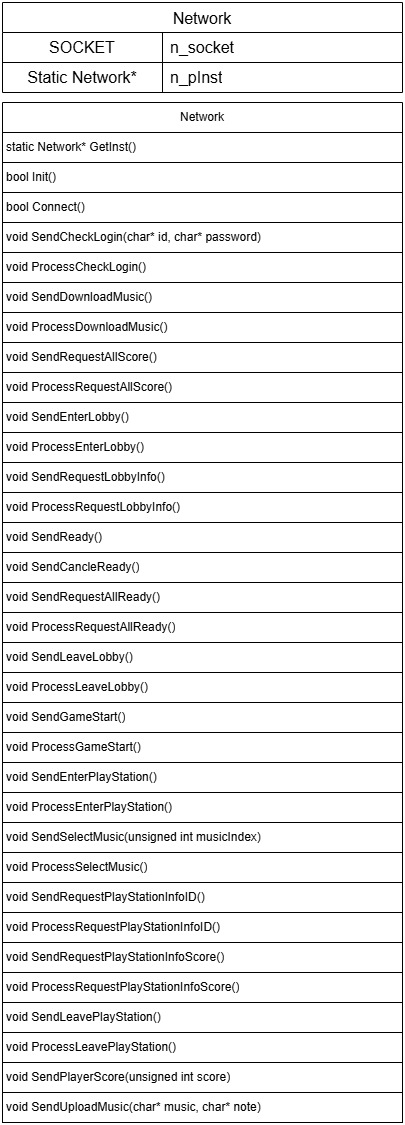
rmrgns/NetGameTeamProject keeps this draw.io diagram as drawio/Network.drawio.png. Above is the earlier version. Source tidied: cells renumbered, new cells last; positions are measured from the earlier drawing's top-left corner, leaving out a move shared by most shapes.
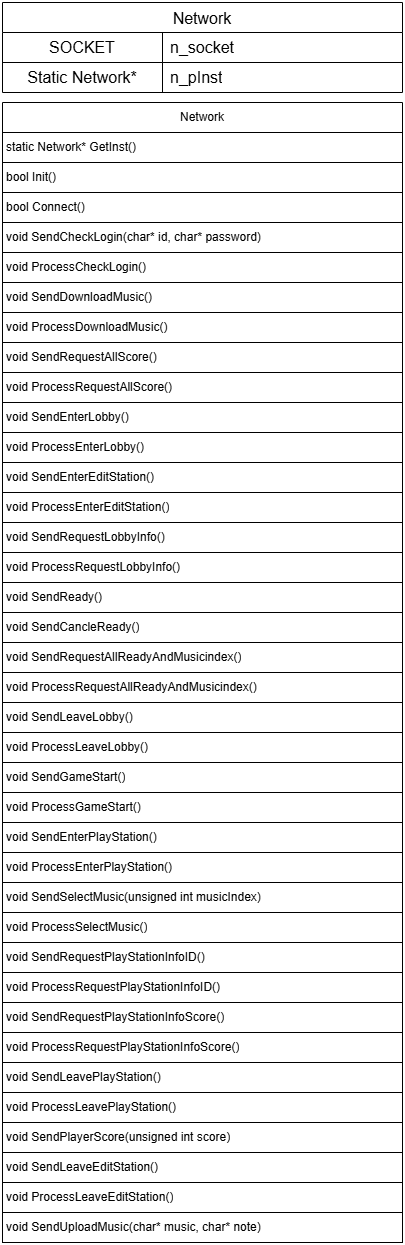
Later version of the same file.

Diff of the diagram source:
```diff
@@ -3,7 +3,7 @@
     <mxCell id="0" />
     <mxCell id="1" parent="0" />
     <mxCell id="2" value="Network" style="swimlane;fontStyle=0;horizontal=1;startSize=30;whiteSpace=wrap;html=1;" parent="1" vertex="1">
-      <mxGeometry y="100" width="400" height="1020" as="geometry" />
+      <mxGeometry y="100" width="400" height="1140" as="geometry" />
     </mxCell>
     <mxCell id="3" value="static Network* GetInst()" style="text;strokeColor=default;fillColor=none;align=left;verticalAlign=middle;spacingLeft=4;spacingRight=0;overflow=hidden;whiteSpace=wrap;html=1;spacing=0;" parent="2" vertex="1">
       <mxGeometry y="30" width="400" height="30" as="geometry" />
@@ -38,71 +38,83 @@
     <mxCell id="13" value="void ProcessEnterLobby()" style="text;strokeColor=default;fillColor=none;align=left;verticalAlign=middle;spacingLeft=4;spacingRight=0;overflow=hidden;whiteSpace=wrap;html=1;spacing=0;" parent="2" vertex="1">
       <mxGeometry y="330" width="400" height="30" as="geometry" />
     </mxCell>
+    <mxCell id="43" value="void SendEnterEditStation()" style="text;strokeColor=default;fillColor=none;align=left;verticalAlign=middle;spacingLeft=4;spacingRight=0;overflow=hidden;whiteSpace=wrap;html=1;spacing=0;" parent="2" vertex="1">
+      <mxGeometry y="360" width="400" height="30" as="geometry" />
+    </mxCell>
+    <mxCell id="44" value="void ProcessEnterEditStation()" style="text;strokeColor=default;fillColor=none;align=left;verticalAlign=middle;spacingLeft=4;spacingRight=0;overflow=hidden;whiteSpace=wrap;html=1;spacing=0;" parent="2" vertex="1">
+      <mxGeometry y="390" width="400" height="30" as="geometry" />
+    </mxCell>
     <mxCell id="14" value="void SendRequestLobbyInfo()" style="text;strokeColor=default;fillColor=none;align=left;verticalAlign=middle;spacingLeft=4;spacingRight=0;overflow=hidden;whiteSpace=wrap;html=1;spacing=0;" parent="2" vertex="1">
-      <mxGeometry y="360" width="400" height="30" as="geometry" />
+      <mxGeometry y="420" width="400" height="30" as="geometry" />
     </mxCell>
     <mxCell id="15" value="void ProcessRequestLobbyInfo()" style="text;strokeColor=default;fillColor=none;align=left;verticalAlign=middle;spacingLeft=4;spacingRight=0;overflow=hidden;whiteSpace=wrap;html=1;spacing=0;" parent="2" vertex="1">
-      <mxGeometry y="390" width="400" height="30" as="geometry" />
+      <mxGeometry y="450" width="400" height="30" as="geometry" />
     </mxCell>
     <mxCell id="16" value="void SendReady()" style="text;strokeColor=default;fillColor=none;align=left;verticalAlign=middle;spacingLeft=4;spacingRight=0;overflow=hidden;whiteSpace=wrap;html=1;spacing=0;" parent="2" vertex="1">
-      <mxGeometry y="420" width="400" height="30" as="geometry" />
+      <mxGeometry y="480" width="400" height="30" as="geometry" />
     </mxCell>
     <mxCell id="17" value="void SendCancleReady()" style="text;strokeColor=default;fillColor=none;align=left;verticalAlign=middle;spacingLeft=4;spacingRight=0;overflow=hidden;whiteSpace=wrap;html=1;spacing=0;" parent="2" vertex="1">
-      <mxGeometry y="450" width="400" height="30" as="geometry" />
+      <mxGeometry y="510" width="400" height="30" as="geometry" />
     </mxCell>
-    <mxCell id="18" value="void SendRequestAllReady()" style="text;strokeColor=default;fillColor=none;align=left;verticalAlign=middle;spacingLeft=4;spacingRight=0;overflow=hidden;whiteSpace=wrap;html=1;spacing=0;" parent="2" vertex="1">
-      <mxGeometry y="480" width="400" height="30" as="geometry" />
+    <mxCell id="18" value="void SendRequestAllReadyAndMusicindex()" style="text;strokeColor=default;fillColor=none;align=left;verticalAlign=middle;spacingLeft=4;spacingRight=0;overflow=hidden;whiteSpace=wrap;html=1;spacing=0;" parent="2" vertex="1">
+      <mxGeometry y="540" width="400" height="30" as="geometry" />
     </mxCell>
-    <mxCell id="19" value="void ProcessRequestAllReady()" style="text;strokeColor=default;fillColor=none;align=left;verticalAlign=middle;spacingLeft=4;spacingRight=0;overflow=hidden;whiteSpace=wrap;html=1;spacing=0;" parent="2" vertex="1">
-      <mxGeometry y="510" width="400" height="30" as="geometry" />
+    <mxCell id="19" value="void ProcessRequestAllReadyAndMusicindex()" style="text;strokeColor=default;fillColor=none;align=left;verticalAlign=middle;spacingLeft=4;spacingRight=0;overflow=hidden;whiteSpace=wrap;html=1;spacing=0;" parent="2" vertex="1">
+      <mxGeometry y="570" width="400" height="30" as="geometry" />
     </mxCell>
     <mxCell id="20" value="void SendLeaveLobby()&amp;nbsp;" style="text;strokeColor=default;fillColor=none;align=left;verticalAlign=middle;spacingLeft=4;spacingRight=0;overflow=hidden;whiteSpace=wrap;html=1;spacing=0;" parent="2" vertex="1">
-      <mxGeometry y="540" width="400" height="30" as="geometry" />
+      <mxGeometry y="600" width="400" height="30" as="geometry" />
     </mxCell>
     <mxCell id="21" value="void ProcessLeaveLobby()" style="text;strokeColor=default;fillColor=none;align=left;verticalAlign=middle;spacingLeft=4;spacingRight=0;overflow=hidden;whiteSpace=wrap;html=1;spacing=0;" parent="2" vertex="1">
-      <mxGeometry y="570" width="400" height="30" as="geometry" />
+      <mxGeometry y="630" width="400" height="30" as="geometry" />
     </mxCell>
     <mxCell id="22" value="void SendGameStart()" style="text;strokeColor=default;fillColor=none;align=left;verticalAlign=middle;spacingLeft=4;spacingRight=0;overflow=hidden;whiteSpace=wrap;html=1;spacing=0;" parent="2" vertex="1">
-      <mxGeometry y="600" width="400" height="30" as="geometry" />
+      <mxGeometry y="660" width="400" height="30" as="geometry" />
     </mxCell>
     <mxCell id="23" value="void ProcessGameStart()" style="text;strokeColor=default;fillColor=none;align=left;verticalAlign=middle;spacingLeft=4;spacingRight=0;overflow=hidden;whiteSpace=wrap;html=1;spacing=0;" parent="2" vertex="1">
-      <mxGeometry y="630" width="400" height="30" as="geometry" />
+      <mxGeometry y="690" width="400" height="30" as="geometry" />
     </mxCell>
     <mxCell id="24" value="void SendEnterPlayStation()&amp;nbsp;" style="text;strokeColor=default;fillColor=none;align=left;verticalAlign=middle;spacingLeft=4;spacingRight=0;overflow=hidden;whiteSpace=wrap;html=1;spacing=0;" parent="2" vertex="1">
-      <mxGeometry y="660" width="400" height="30" as="geometry" />
+      <mxGeometry y="720" width="400" height="30" as="geometry" />
     </mxCell>
     <mxCell id="25" value="void ProcessEnterPlayStation()" style="text;strokeColor=default;fillColor=none;align=left;verticalAlign=middle;spacingLeft=4;spacingRight=0;overflow=hidden;whiteSpace=wrap;html=1;spacing=0;" parent="2" vertex="1">
-      <mxGeometry y="690" width="400" height="30" as="geometry" />
+      <mxGeometry y="750" width="400" height="30" as="geometry" />
     </mxCell>
     <mxCell id="26" value="void SendSelectMusic(unsigned int musicIndex)" style="text;strokeColor=default;fillColor=none;align=left;verticalAlign=middle;spacingLeft=4;spacingRight=0;overflow=hidden;whiteSpace=wrap;html=1;spacing=0;" parent="2" vertex="1">
-      <mxGeometry y="720" width="400" height="30" as="geometry" />
+      <mxGeometry y="780" width="400" height="30" as="geometry" />
     </mxCell>
     <mxCell id="27" value="void ProcessSelectMusic()" style="text;strokeColor=default;fillColor=none;align=left;verticalAlign=middle;spacingLeft=4;spacingRight=0;overflow=hidden;whiteSpace=wrap;html=1;spacing=0;" parent="2" vertex="1">
-      <mxGeometry y="750" width="400" height="30" as="geometry" />
+      <mxGeometry y="810" width="400" height="30" as="geometry" />
     </mxCell>
     <mxCell id="28" value="void SendRequestPlayStationInfoID()" style="text;strokeColor=default;fillColor=none;align=left;verticalAlign=middle;spacingLeft=4;spacingRight=0;overflow=hidden;whiteSpace=wrap;html=1;spacing=0;" parent="2" vertex="1">
-      <mxGeometry y="780" width="400" height="30" as="geometry" />
+      <mxGeometry y="840" width="400" height="30" as="geometry" />
     </mxCell>
     <mxCell id="29" value="void ProcessRequestPlayStationInfoID()" style="text;strokeColor=default;fillColor=none;align=left;verticalAlign=middle;spacingLeft=4;spacingRight=0;overflow=hidden;whiteSpace=wrap;html=1;spacing=0;" parent="2" vertex="1">
-      <mxGeometry y="810" width="400" height="30" as="geometry" />
+      <mxGeometry y="870" width="400" height="30" as="geometry" />
     </mxCell>
     <mxCell id="30" value="void SendRequestPlayStationInfoScore()" style="text;strokeColor=default;fillColor=none;align=left;verticalAlign=middle;spacingLeft=4;spacingRight=0;overflow=hidden;whiteSpace=wrap;html=1;spacing=0;" parent="2" vertex="1">
-      <mxGeometry y="840" width="400" height="30" as="geometry" />
+      <mxGeometry y="900" width="400" height="30" as="geometry" />
     </mxCell>
     <mxCell id="31" value="void ProcessRequestPlayStationInfoScore()" style="text;strokeColor=default;fillColor=none;align=left;verticalAlign=middle;spacingLeft=4;spacingRight=0;overflow=hidden;whiteSpace=wrap;html=1;spacing=0;" parent="2" vertex="1">
-      <mxGeometry y="870" width="400" height="30" as="geometry" />
+      <mxGeometry y="930" width="400" height="30" as="geometry" />
     </mxCell>
     <mxCell id="32" value="void SendLeavePlayStation()" style="text;strokeColor=default;fillColor=none;align=left;verticalAlign=middle;spacingLeft=4;spacingRight=0;overflow=hidden;whiteSpace=wrap;html=1;spacing=0;" parent="2" vertex="1">
-      <mxGeometry y="900" width="400" height="30" as="geometry" />
+      <mxGeometry y="960" width="400" height="30" as="geometry" />
     </mxCell>
     <mxCell id="33" value="void ProcessLeavePlayStation()" style="text;strokeColor=default;fillColor=none;align=left;verticalAlign=middle;spacingLeft=4;spacingRight=0;overflow=hidden;whiteSpace=wrap;html=1;spacing=0;" parent="2" vertex="1">
-      <mxGeometry y="930" width="400" height="30" as="geometry" />
+      <mxGeometry y="990" width="400" height="30" as="geometry" />
     </mxCell>
     <mxCell id="34" value="void SendPlayerScore(unsigned int score)" style="text;strokeColor=default;fillColor=none;align=left;verticalAlign=middle;spacingLeft=4;spacingRight=0;overflow=hidden;whiteSpace=wrap;html=1;spacing=0;" parent="2" vertex="1">
-      <mxGeometry y="960" width="400" height="30" as="geometry" />
+      <mxGeometry y="1020" width="400" height="30" as="geometry" />
     </mxCell>
+    <mxCell id="45" value="void SendLeaveEditStation()" style="text;strokeColor=default;fillColor=none;align=left;verticalAlign=middle;spacingLeft=4;spacingRight=0;overflow=hidden;whiteSpace=wrap;html=1;spacing=0;" parent="2" vertex="1">
+      <mxGeometry y="1050" width="400" height="30" as="geometry" />
+    </mxCell>
+    <mxCell id="46" value="void ProcessLeaveEditStation()" style="text;strokeColor=default;fillColor=none;align=left;verticalAlign=middle;spacingLeft=4;spacingRight=0;overflow=hidden;whiteSpace=wrap;html=1;spacing=0;" parent="2" vertex="1">
+      <mxGeometry y="1080" width="400" height="30" as="geometry" />
+    </mxCell>
     <mxCell id="35" value="void SendUploadMusic(char* music, char* note)&amp;nbsp;" style="text;strokeColor=default;fillColor=none;align=left;verticalAlign=middle;spacingLeft=4;spacingRight=0;overflow=hidden;whiteSpace=wrap;html=1;spacing=0;" parent="2" vertex="1">
-      <mxGeometry y="990" width="400" height="30" as="geometry" />
+      <mxGeometry y="1110" width="400" height="30" as="geometry" />
     </mxCell>
     <mxCell id="36" value="Network" style="shape=table;startSize=30;rowLines=1;fontStyle=0;strokeColor=default;fontSize=16;" parent="1" vertex="1">
       <mxGeometry width="400" height="90" as="geometry" />
```
